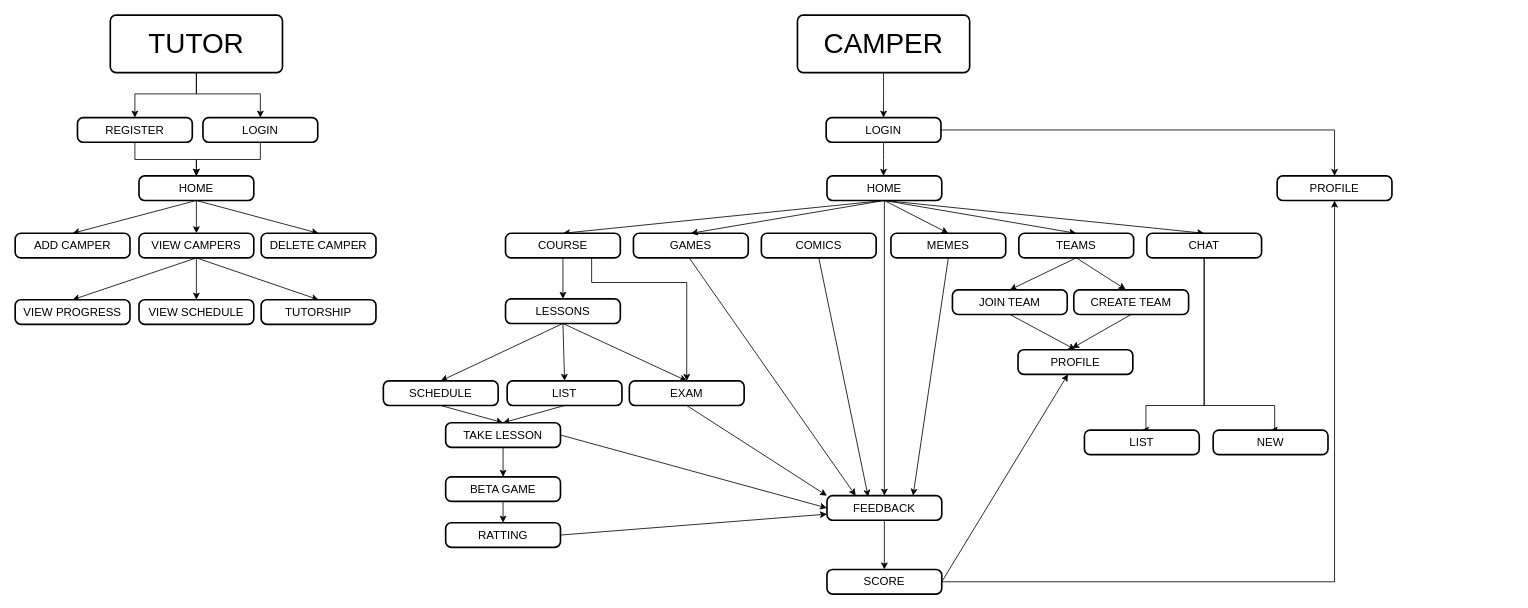
Before: bin/Tutor-flowwork.drawio in OneLifeDesigning/wellness-api, a draw.io diagram. Source tidied: cells renumbered, new cells numbered last; positions are measured from the earlier drawing's top-left corner, leaving out a move shared by most shapes. Both pictures are drawn from the tidied source at 82%, with x=0, y=0 at pixel (15, 15).
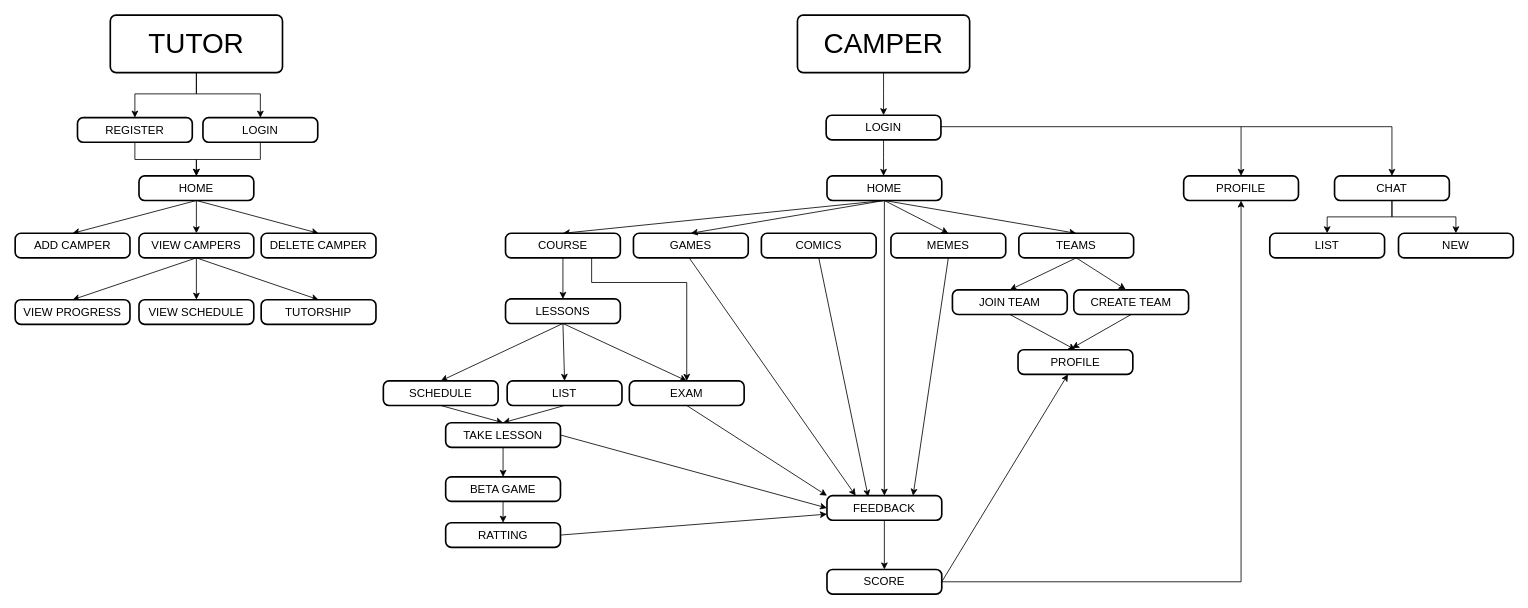
After the change.

Commit message:
FIX: Reorder WF Camper

The change refers to these unchanged cells:
```xml
<mxCell id="34" value="&lt;span style=&quot;font-size: 14px&quot;&gt;HOME&lt;/span&gt;" style="rounded=1;whiteSpace=wrap;html=1;absoluteArcSize=1;arcSize=14;strokeWidth=2;verticalAlign=middle;" parent="1" vertex="1">
  <mxGeometry x="990" y="196" width="140" height="30" as="geometry" />
</mxCell>
<mxCell id="74" value="&lt;span style=&quot;font-size: 14px&quot;&gt;SCORE&lt;/span&gt;" style="rounded=1;whiteSpace=wrap;html=1;absoluteArcSize=1;arcSize=14;strokeWidth=2;" parent="1" vertex="1">
  <mxGeometry x="990" y="676" width="140" height="30" as="geometry" />
</mxCell>
```

Diff of the diagram source:
```diff
@@
-    <mxCell id="32" style="edgeStyle=none;rounded=0;jettySize=auto;html=1;exitX=0.5;exitY=1;exitDx=0;exitDy=0;entryX=0.5;entryY=0;entryDx=0;entryDy=0;" parent="1" edge="1" source="34" target="45">
-      <mxGeometry relative="1" as="geometry" />
+    <mxCell id="32" style="edgeStyle=none;rounded=0;jettySize=auto;html=1;entryX=0.5;entryY=0;entryDx=0;entryDy=0;" parent="1" edge="1" target="45">
+      <mxGeometry relative="1" as="geometry">
+        <mxPoint x="1495" y="136" as="sourcePoint" />
+      </mxGeometry>
     </mxCell>
@@
     <mxCell id="41" style="edgeStyle=orthogonalEdgeStyle;rounded=0;jettySize=auto;html=1;exitX=1;exitY=0.5;exitDx=0;exitDy=0;entryX=0.5;entryY=0;entryDx=0;entryDy=0;" parent="1" edge="1" source="42" target="76">
-      <mxGeometry relative="1" as="geometry" />
+      <mxGeometry relative="1" as="geometry">
+        <Array as="points">
+          <mxPoint x="1129" y="136" />
+          <mxPoint x="1679" y="136" />
+        </Array>
+      </mxGeometry>
     </mxCell>
     <mxCell id="42" value="&lt;font style=&quot;font-size: 14px&quot;&gt;LOGIN&lt;/font&gt;" style="rounded=1;whiteSpace=wrap;html=1;absoluteArcSize=1;arcSize=14;strokeWidth=2;" parent="1" vertex="1">
-      <mxGeometry x="989" y="125" width="140" height="30" as="geometry" />
+      <mxGeometry x="989" y="122" width="140" height="30" as="geometry" />
     </mxCell>
-    <mxCell id="43" style="edgeStyle=orthogonalEdgeStyle;rounded=0;jettySize=auto;html=1;exitX=0.5;exitY=1;exitDx=0;exitDy=0;entryX=0.5;entryY=0;entryDx=0;entryDy=0;" parent="1" edge="1" source="45" target="77">
-      <mxGeometry relative="1" as="geometry">
-        <Array as="points">
-          <mxPoint x="1450" y="476" />
-          <mxPoint x="1379" y="476" />
-        </Array>
-      </mxGeometry>
-    </mxCell>
-    <mxCell id="44" style="edgeStyle=orthogonalEdgeStyle;rounded=0;jettySize=auto;html=1;exitX=0.5;exitY=1;exitDx=0;exitDy=0;entryX=0.5;entryY=0;entryDx=0;entryDy=0;" parent="1" edge="1" source="45" target="78">
-      <mxGeometry relative="1" as="geometry">
-        <Array as="points">
-          <mxPoint x="1450" y="476" />
-          <mxPoint x="1536" y="476" />
-        </Array>
-      </mxGeometry>
-    </mxCell>
-    <mxCell id="45" value="&lt;span style=&quot;font-size: 14px&quot;&gt;CHAT&lt;/span&gt;" style="rounded=1;whiteSpace=wrap;html=1;absoluteArcSize=1;arcSize=14;strokeWidth=2;" parent="1" vertex="1">
-      <mxGeometry x="1380" y="266" width="140" height="30" as="geometry" />
+    <mxCell id="45" value="&lt;span style=&quot;font-size: 14px&quot;&gt;PROFILE&lt;/span&gt;" style="rounded=1;whiteSpace=wrap;html=1;absoluteArcSize=1;arcSize=14;strokeWidth=2;" parent="1" vertex="1">
+      <mxGeometry x="1425" y="196" width="140" height="30" as="geometry" />
     </mxCell>
@@
-    <mxCell id="73" style="edgeStyle=orthogonalEdgeStyle;rounded=0;jettySize=auto;html=1;exitX=1;exitY=0.5;exitDx=0;exitDy=0;entryX=0.5;entryY=1;entryDx=0;entryDy=0;" parent="1" edge="1" source="74" target="76">
-      <mxGeometry relative="1" as="geometry" />
-    </mxCell>
+    <mxCell id="79" style="edgeStyle=orthogonalEdgeStyle;rounded=0;jettySize=auto;html=1;exitX=1;exitY=0.5;exitDx=0;exitDy=0;entryX=0.5;entryY=1;entryDx=0;entryDy=0;" parent="1" edge="1" source="74" target="45">
+      <mxGeometry relative="1" as="geometry" />
+    </mxCell>
@@
+    <mxCell id="80" style="edgeStyle=orthogonalEdgeStyle;rounded=0;jettySize=auto;html=1;exitX=0.5;exitY=1;exitDx=0;exitDy=0;entryX=0.5;entryY=0;entryDx=0;entryDy=0;" parent="1" edge="1" source="76" target="77">
+      <mxGeometry relative="1" as="geometry" />
+    </mxCell>
+    <mxCell id="81" style="edgeStyle=orthogonalEdgeStyle;rounded=0;jettySize=auto;html=1;exitX=0.5;exitY=1;exitDx=0;exitDy=0;entryX=0.5;entryY=0;entryDx=0;entryDy=0;" parent="1" edge="1" source="76" target="78">
+      <mxGeometry relative="1" as="geometry" />
+    </mxCell>
-    <mxCell id="76" value="&lt;span style=&quot;font-size: 14px&quot;&gt;PROFILE&lt;/span&gt;" style="rounded=1;whiteSpace=wrap;html=1;absoluteArcSize=1;arcSize=14;strokeWidth=2;verticalAlign=middle;" parent="1" vertex="1">
-      <mxGeometry x="1539" y="196" width="140" height="30" as="geometry" />
+    <mxCell id="76" value="&lt;span style=&quot;font-size: 14px&quot;&gt;CHAT&lt;/span&gt;" style="rounded=1;whiteSpace=wrap;html=1;absoluteArcSize=1;arcSize=14;strokeWidth=2;verticalAlign=middle;" parent="1" vertex="1">
+      <mxGeometry x="1609" y="196" width="140" height="30" as="geometry" />
     </mxCell>
     <mxCell id="77" value="&lt;span style=&quot;font-size: 14px&quot;&gt;LIST&lt;/span&gt;" style="rounded=1;whiteSpace=wrap;html=1;absoluteArcSize=1;arcSize=14;strokeWidth=2;" parent="1" vertex="1">
-      <mxGeometry x="1304" y="506" width="140" height="30" as="geometry" />
+      <mxGeometry x="1530" y="266" width="140" height="30" as="geometry" />
     </mxCell>
     <mxCell id="78" value="&lt;span style=&quot;font-size: 14px&quot;&gt;NEW&lt;/span&gt;" style="rounded=1;whiteSpace=wrap;html=1;absoluteArcSize=1;arcSize=14;strokeWidth=2;" parent="1" vertex="1">
-      <mxGeometry x="1461" y="506" width="140" height="30" as="geometry" />
+      <mxGeometry x="1687" y="266" width="140" height="30" as="geometry" />
     </mxCell>
```
